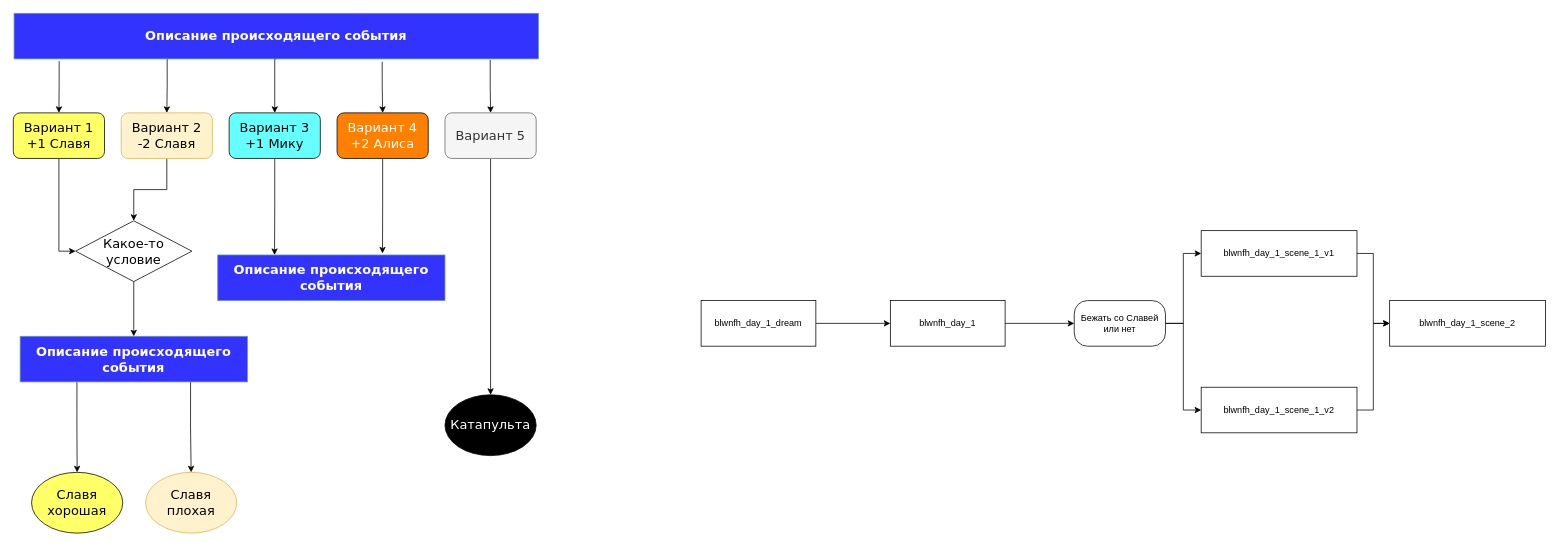
shkiper8591/wnfh keeps this draw.io diagram as Не должно попасть в релиз/Схема мода.drawio. Above is the earlier version. Source tidied: cells renumbered, new cells numbered last; positions are measured from the earlier drawing's top-left corner, leaving out a move shared by most shapes. Both pictures are drawn from the tidied source at 76%, with x=0, y=0 at pixel (13, 13).
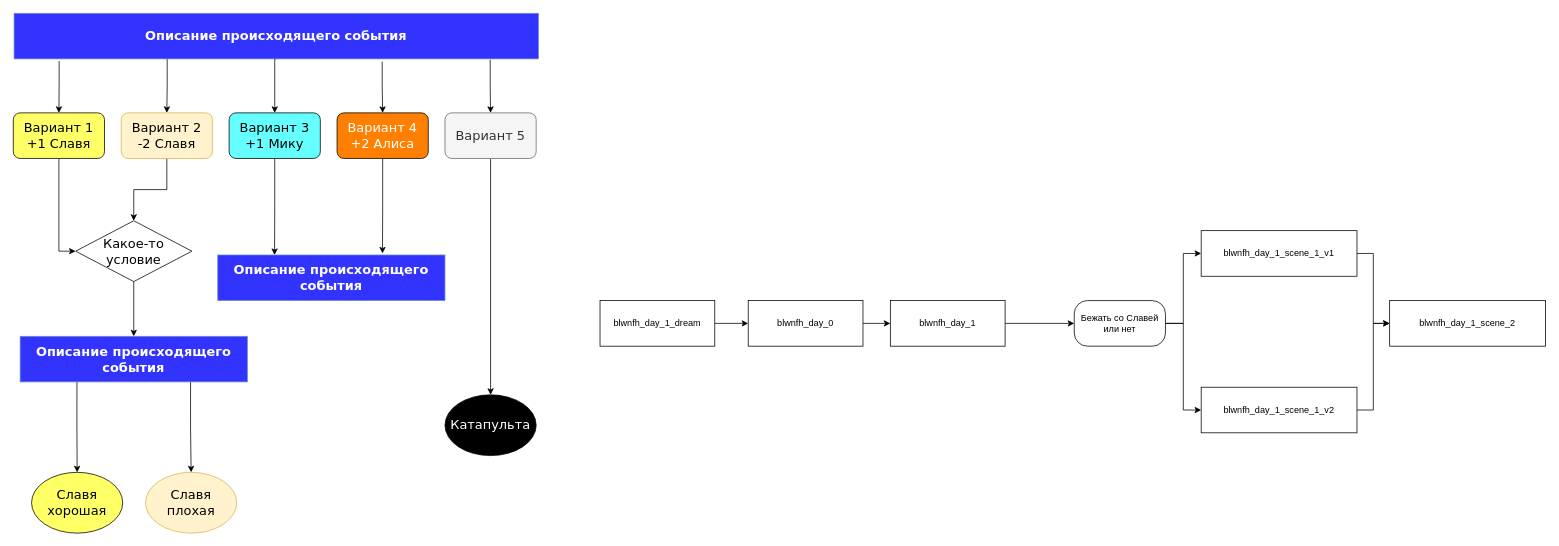
After the change.

The change refers to these unchanged cells:
```xml
<mxCell id="30" value="blwnfh_day_1" style="rounded=0;whiteSpace=wrap;html=1;" parent="1" vertex="1">
  <mxGeometry x="1154" y="378" width="151" height="60" as="geometry" />
</mxCell>
```

The edit, as a diff of the source:
```diff
@@
-    <mxCell id="27" style="edgeStyle=orthogonalEdgeStyle;rounded=0;jettySize=auto;html=1;exitX=1;exitY=0.5;exitDx=0;exitDy=0;entryX=0;entryY=0.5;entryDx=0;entryDy=0;" parent="1" edge="1" source="28" target="30">
-      <mxGeometry relative="1" as="geometry" />
-    </mxCell>
+    <mxCell id="39" style="edgeStyle=orthogonalEdgeStyle;rounded=0;jettySize=auto;html=1;exitX=1;exitY=0.5;exitDx=0;exitDy=0;entryX=0;entryY=0.5;entryDx=0;entryDy=0;" parent="1" edge="1" source="28" target="41">
+      <mxGeometry relative="1" as="geometry" />
+    </mxCell>
     <mxCell id="28" value="blwnfh_day_1_dream" style="rounded=0;whiteSpace=wrap;html=1;" parent="1" vertex="1">
-      <mxGeometry x="905" y="378" width="151" height="60" as="geometry" />
+      <mxGeometry x="772" y="378" width="151" height="60" as="geometry" />
     </mxCell>
@@
+    <mxCell id="40" style="edgeStyle=orthogonalEdgeStyle;rounded=0;jettySize=auto;html=1;exitX=1;exitY=0.5;exitDx=0;exitDy=0;entryX=0;entryY=0.5;entryDx=0;entryDy=0;" parent="1" edge="1" source="41" target="30">
+      <mxGeometry relative="1" as="geometry" />
+    </mxCell>
+    <mxCell id="41" value="blwnfh_day_0" style="rounded=0;whiteSpace=wrap;html=1;" parent="1" vertex="1">
+      <mxGeometry x="967" y="378" width="151" height="60" as="geometry" />
+    </mxCell>
```
